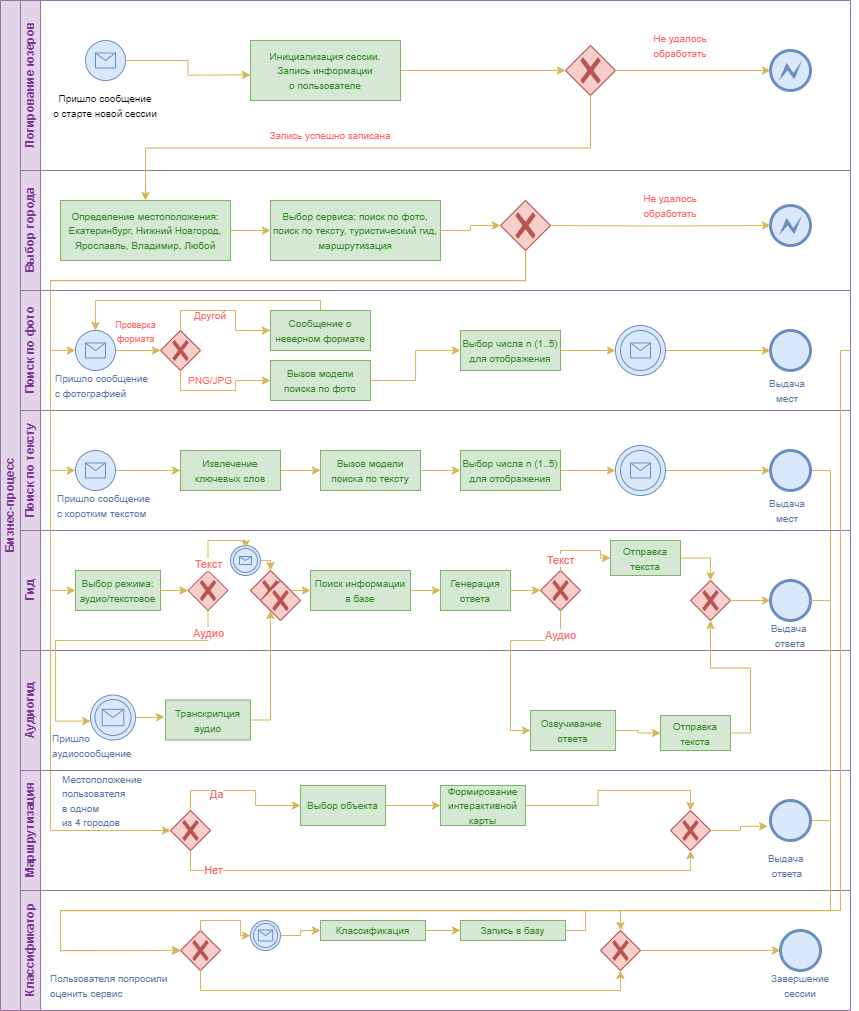
Earlier version of the draw.io export src/BPMN.png (Kotyga/muesli_mipt_hack_2024). Source tidied: cells renumbered, new cells last; positions are measured from the earlier drawing's top-left corner, leaving out a move shared by most shapes.
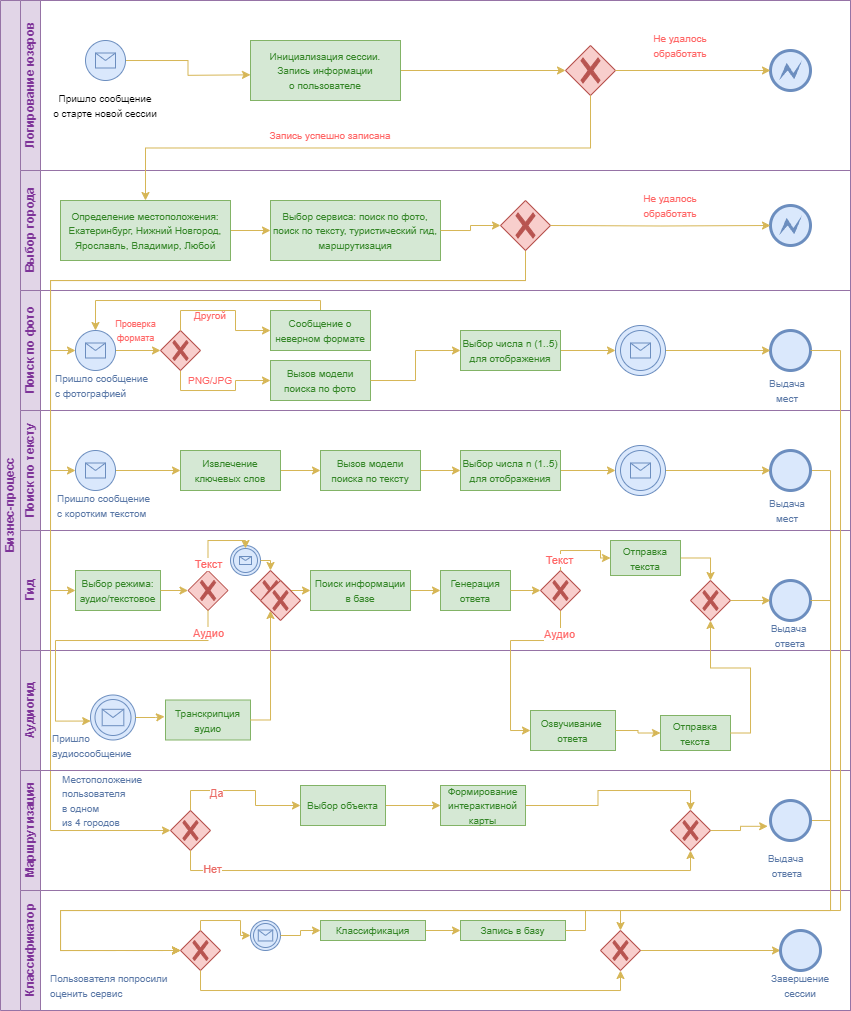
Above is the later version.

Commit message:
Перемещена стрелочка

Change to the diagram source:
```diff
@@ -500,7 +500,7 @@
         </Array>
       </mxGeometry>
     </mxCell>
-    <mxCell id="144" style="edgeStyle=orthogonalEdgeStyle;rounded=0;jettySize=auto;html=1;exitX=1;exitY=0.5;exitDx=0;exitDy=0;entryX=0;entryY=0.5;entryDx=0;entryDy=0;entryPerimeter=0;fillColor=#fff2cc;strokeColor=#d6b656;" parent="1" edge="1" source="40" target="131">
+    <mxCell id="144" style="edgeStyle=orthogonalEdgeStyle;rounded=0;jettySize=auto;html=1;exitX=1;exitY=0.5;exitDx=0;exitDy=0;entryX=0;entryY=0.5;entryDx=0;entryDy=0;entryPerimeter=0;fillColor=#fff2cc;strokeColor=#d6b656;" parent="1" edge="1" source="41" target="131">
       <mxGeometry relative="1" as="geometry">
         <Array as="points">
           <mxPoint x="840" y="350" />
```
